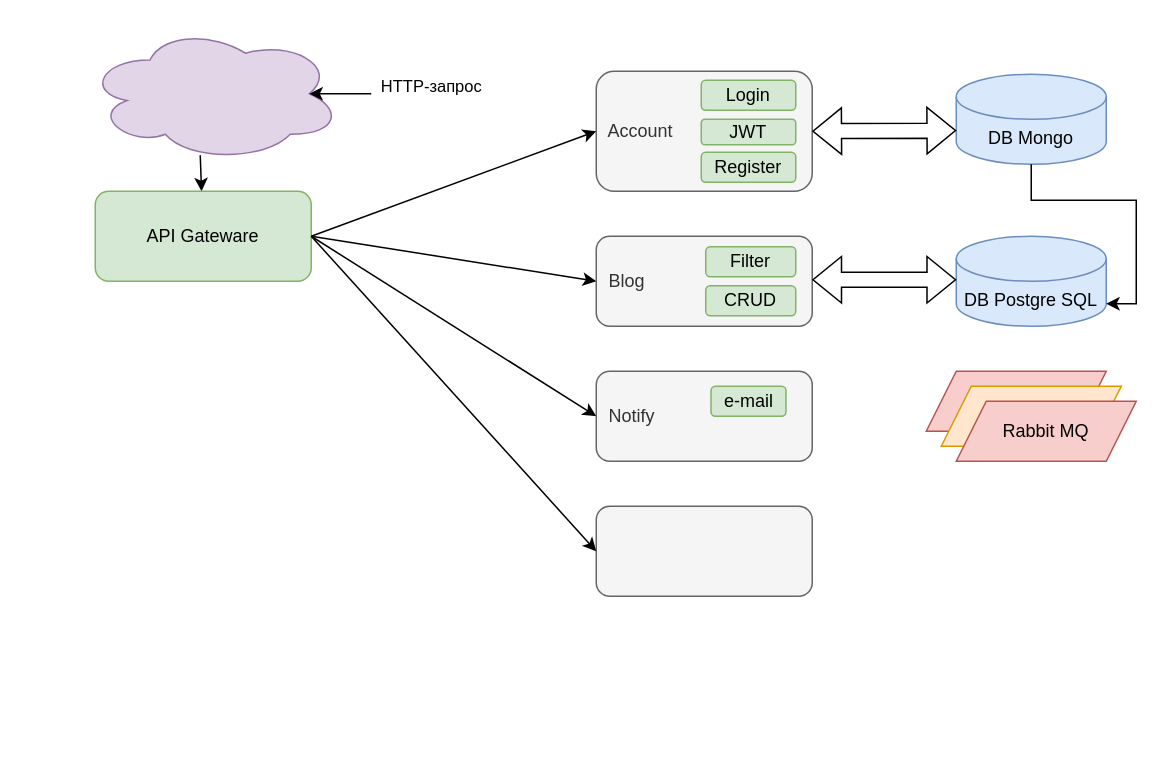
Earlier version of the draw.io diagram Диаграмма ReadMe.drawio (htmlacademy-nestjs/2270551-readme-5). Source tidied: cells renumbered, new cells numbered last; positions are measured from the earlier drawing's top-left corner, leaving out a move shared by most shapes. Both pictures are drawn from the tidied source at 150%, with x=0, y=0 at pixel (86, 26).
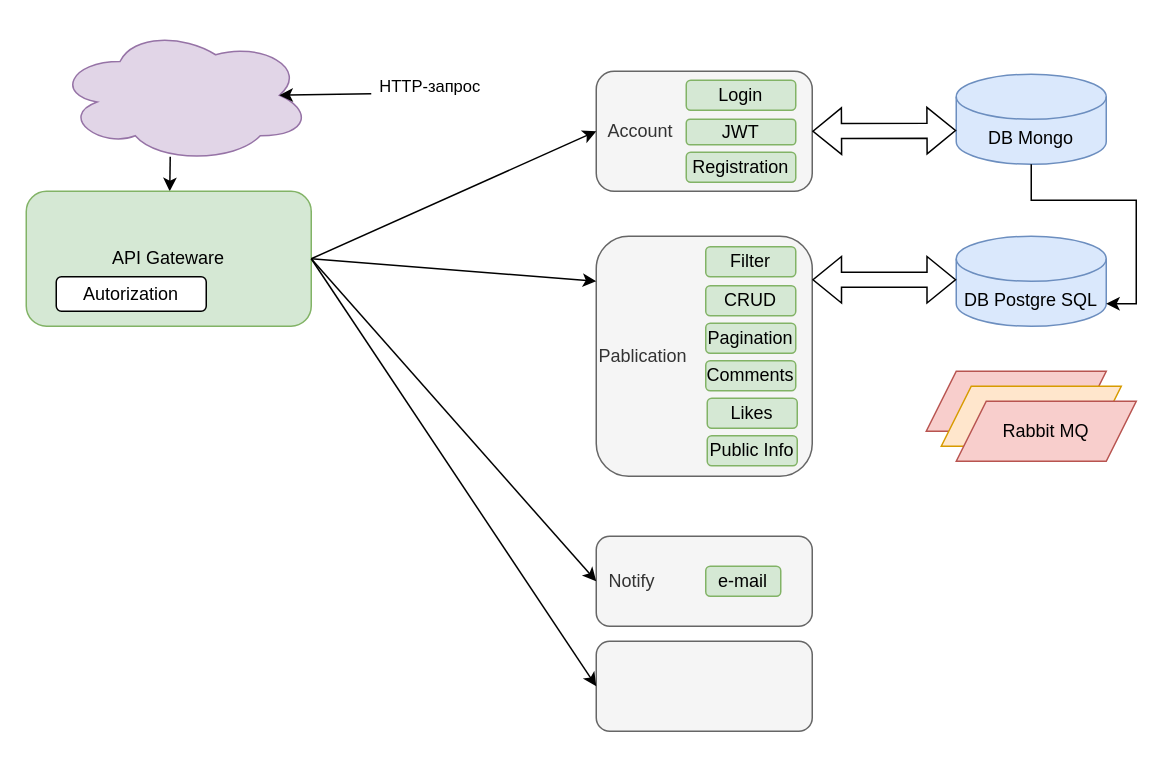
Above is the later version.

Diff of the diagram source:
```diff
@@
     <mxCell id="2" style="ellipse;shape=cloud;whiteSpace=wrap;html=1;fillColor=#e1d5e7;strokeColor=#9673a6;" parent="1" vertex="1">
-      <mxGeometry width="170" height="90" as="geometry" />
+      <mxGeometry x="-20" y="1" width="170" height="90" as="geometry" />
     </mxCell>
@@
     <mxCell id="4" value="API Gateware" style="rounded=1;whiteSpace=wrap;html=1;fillColor=#d5e8d4;strokeColor=#82b366;" parent="1" vertex="1">
-      <mxGeometry x="6" y="110" width="144" height="60" as="geometry" />
+      <mxGeometry x="-40" y="110" width="190" height="90" as="geometry" />
     </mxCell>
@@
-    <mxCell id="6" value="&amp;nbsp; Blog" style="rounded=1;whiteSpace=wrap;html=1;fillColor=#f5f5f5;fontColor=#333333;strokeColor=#666666;align=left;" parent="1" vertex="1">
-      <mxGeometry x="340" y="140" width="144" height="60" as="geometry" />
+    <mxCell id="6" value="Pablication" style="rounded=1;whiteSpace=wrap;html=1;fillColor=#f5f5f5;fontColor=#333333;strokeColor=#666666;align=left;" parent="1" vertex="1">
+      <mxGeometry x="340" y="140" width="144" height="160" as="geometry" />
     </mxCell>
     <mxCell id="7" value="&lt;div style=&quot;&quot;&gt;&lt;div style=&quot;&quot;&gt;&amp;nbsp; Notify&lt;/div&gt;&lt;/div&gt;" style="rounded=1;whiteSpace=wrap;html=1;fillColor=#f5f5f5;fontColor=#333333;strokeColor=#666666;align=left;" parent="1" vertex="1">
-      <mxGeometry x="340" y="230" width="144" height="60" as="geometry" />
+      <mxGeometry x="340" y="340" width="144" height="60" as="geometry" />
     </mxCell>
     <mxCell id="8" style="rounded=1;whiteSpace=wrap;html=1;fillColor=#f5f5f5;fontColor=#333333;strokeColor=#666666;" parent="1" vertex="1">
-      <mxGeometry x="340" y="320" width="144" height="60" as="geometry" />
+      <mxGeometry x="340" y="410" width="144" height="60" as="geometry" />
     </mxCell>
@@
     <mxCell id="21" value="e-mail" style="rounded=1;whiteSpace=wrap;html=1;fillColor=#d5e8d4;strokeColor=#82b366;" parent="1" vertex="1">
-      <mxGeometry x="416.5" y="240" width="50" height="20" as="geometry" />
+      <mxGeometry x="413" y="360" width="50" height="20" as="geometry" />
     </mxCell>
     <mxCell id="22" value="Login" style="rounded=1;whiteSpace=wrap;html=1;fillColor=#d5e8d4;strokeColor=#82b366;" parent="1" vertex="1">
-      <mxGeometry x="410" y="36" width="63" height="20" as="geometry" />
+      <mxGeometry x="400" y="36" width="73" height="20" as="geometry" />
     </mxCell>
     <mxCell id="23" value="JWT" style="rounded=1;whiteSpace=wrap;html=1;fillColor=#d5e8d4;strokeColor=#82b366;" parent="1" vertex="1">
-      <mxGeometry x="410" y="62" width="63" height="17" as="geometry" />
+      <mxGeometry x="400" y="62" width="73" height="17" as="geometry" />
     </mxCell>
-    <mxCell id="24" value="Register" style="rounded=1;whiteSpace=wrap;html=1;fillColor=#d5e8d4;strokeColor=#82b366;" parent="1" vertex="1">
-      <mxGeometry x="410" y="84" width="63" height="20" as="geometry" />
+    <mxCell id="24" value="Registration" style="rounded=1;whiteSpace=wrap;html=1;fillColor=#d5e8d4;strokeColor=#82b366;" parent="1" vertex="1">
+      <mxGeometry x="400" y="84" width="73" height="20" as="geometry" />
     </mxCell>
@@
+    <mxCell id="28" value="Autorization" style="rounded=1;whiteSpace=wrap;html=1;" parent="1" vertex="1">
+      <mxGeometry x="-20" y="167" width="100" height="23" as="geometry" />
+    </mxCell>
+    <mxCell id="29" value="Pagination" style="rounded=1;whiteSpace=wrap;html=1;fillColor=#d5e8d4;strokeColor=#82b366;" parent="1" vertex="1">
+      <mxGeometry x="413" y="198" width="60" height="20" as="geometry" />
+    </mxCell>
+    <mxCell id="30" value="Comments" style="rounded=1;whiteSpace=wrap;html=1;fillColor=#d5e8d4;strokeColor=#82b366;" parent="1" vertex="1">
+      <mxGeometry x="413" y="223" width="60" height="20" as="geometry" />
+    </mxCell>
+    <mxCell id="31" value="Likes" style="rounded=1;whiteSpace=wrap;html=1;fillColor=#d5e8d4;strokeColor=#82b366;" parent="1" vertex="1">
+      <mxGeometry x="414" y="248" width="60" height="20" as="geometry" />
+    </mxCell>
+    <mxCell id="32" value="Public Info" style="rounded=1;whiteSpace=wrap;html=1;fillColor=#d5e8d4;strokeColor=#82b366;" parent="1" vertex="1">
+      <mxGeometry x="414" y="273" width="60" height="20" as="geometry" />
+    </mxCell>
```
